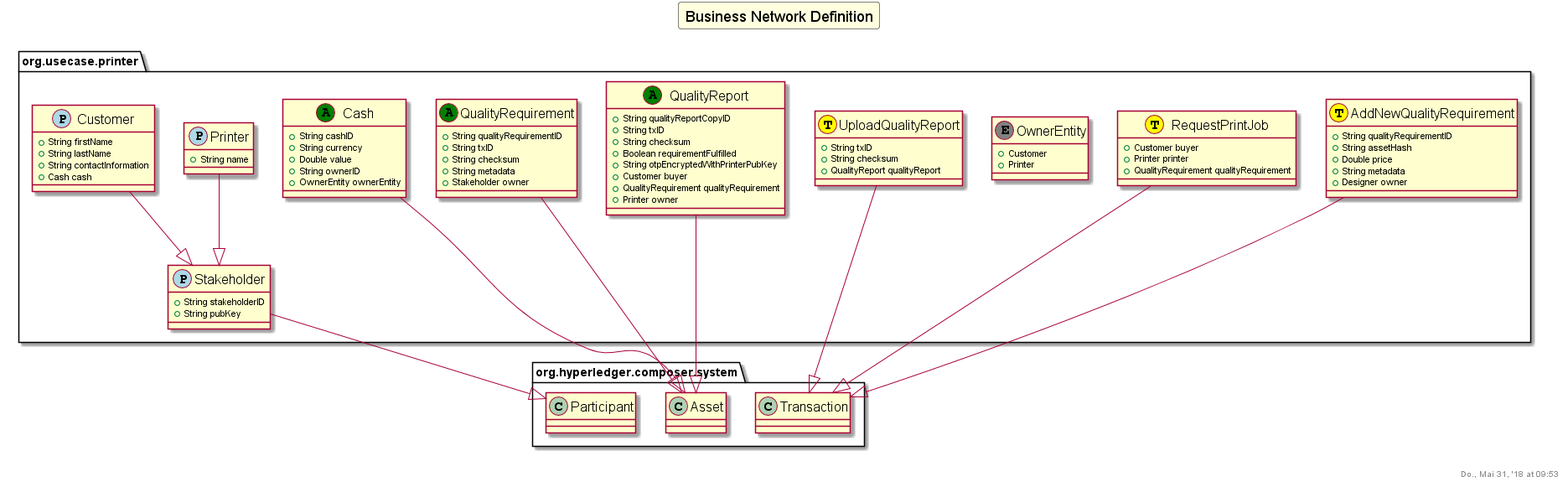
This is docs/Business-Network-Definition.png from HaaLeo/digital-manufacturing-platform, a PlantUML export, as it was before one commit. Its diagram source:
```plantuml
@startuml composer
skinparam class {
  Font {
    Color Black
    Style Plain
    Size 16
  }
}
skinparam title {
  BackgroundColor LightYellow
  BorderThickness 0.5
  BorderRoundCorner 6
  FontColor Black
  FontSize 18
}
title
Business Network Definition
end title
class org.usecase.printer.Stakeholder << (P,lightblue) >> {
   + String stakeholderID
   + String pubKey
}
org.usecase.printer.Stakeholder --|> org.hyperledger.composer.system.Participant
class org.usecase.printer.Customer << (P,lightblue) >> {
   + String firstName
   + String lastName
   + String contactInformation
   + Cash cash
}
org.usecase.printer.Customer --|> org.usecase.printer.Stakeholder
class org.usecase.printer.Printer << (P,lightblue) >> {
   + String name
}
org.usecase.printer.Printer --|> org.usecase.printer.Stakeholder
class org.usecase.printer.OwnerEntity << (E,grey) >> {
   + Customer
   + Printer
}
class org.usecase.printer.Cash << (A,green) >> {
   + String cashID
   + String currency
   + Double value
   + String ownerID
   + OwnerEntity ownerEntity
}
org.usecase.printer.Cash --|> org.hyperledger.composer.system.Asset
class org.usecase.printer.QualityRequirement << (A,green) >> {
   + String qualityRequirementID
   + String txID
   + String checksum
   + String metadata
   + Stakeholder owner
}
org.usecase.printer.QualityRequirement --|> org.hyperledger.composer.system.Asset
class org.usecase.printer.QualityReport << (A,green) >> {
   + String qualityReportCopyID
   + String txID
   + String checksum
   + Boolean requirementFulfilled
   + String otpEncryptedWithPrinterPubKey
   + Customer buyer
   + QualityRequirement qualityRequirement
   + Printer owner
}
org.usecase.printer.QualityReport --|> org.hyperledger.composer.system.Asset
class org.usecase.printer.UploadQualityReport << (T,yellow) >> {
   + String txID
   + String checksum
   + QualityReport qualityReport
}
org.usecase.printer.UploadQualityReport --|> org.hyperledger.composer.system.Transaction
class org.usecase.printer.RequestPrintJob << (T,yellow) >> {
   + Customer buyer
   + Printer printer
   + QualityRequirement qualityRequirement
}
org.usecase.printer.RequestPrintJob --|> org.hyperledger.composer.system.Transaction
class org.usecase.printer.AddNewQualityRequirement << (T,yellow) >> {
   + String qualityRequirementID
   + String assetHash
   + Double price
   + String metadata
   + Designer owner
}
org.usecase.printer.AddNewQualityRequirement --|> org.hyperledger.composer.system.Transaction
right footer Do., Mai 31, '18 at 09:53
@enduml
```
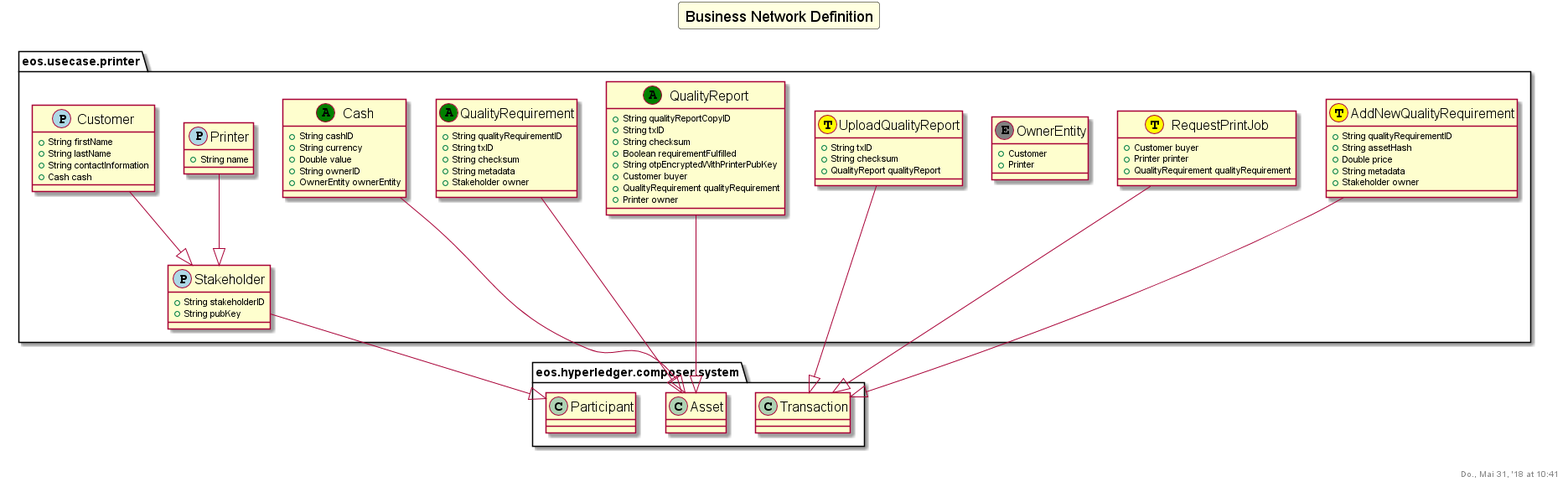
After the commit.

Change to the diagram source:
```diff
@@ -16,43 +16,43 @@
 title
 Business Network Definition
 end title
-class org.usecase.printer.Stakeholder << (P,lightblue) >> {
+class eos.usecase.printer.Stakeholder << (P,lightblue) >> {
    + String stakeholderID
    + String pubKey
 }
-org.usecase.printer.Stakeholder --|> org.hyperledger.composer.system.Participant
-class org.usecase.printer.Customer << (P,lightblue) >> {
+eos.usecase.printer.Stakeholder --|> eos.hyperledger.composer.system.Participant
+class eos.usecase.printer.Customer << (P,lightblue) >> {
    + String firstName
    + String lastName
    + String contactInformation
    + Cash cash
 }
-org.usecase.printer.Customer --|> org.usecase.printer.Stakeholder
-class org.usecase.printer.Printer << (P,lightblue) >> {
+eos.usecase.printer.Customer --|> eos.usecase.printer.Stakeholder
+class eos.usecase.printer.Printer << (P,lightblue) >> {
    + String name
 }
-org.usecase.printer.Printer --|> org.usecase.printer.Stakeholder
-class org.usecase.printer.OwnerEntity << (E,grey) >> {
+eos.usecase.printer.Printer --|> eos.usecase.printer.Stakeholder
+class eos.usecase.printer.OwnerEntity << (E,grey) >> {
    + Customer
    + Printer
 }
-class org.usecase.printer.Cash << (A,green) >> {
+class eos.usecase.printer.Cash << (A,green) >> {
    + String cashID
    + String currency
    + Double value
    + String ownerID
    + OwnerEntity ownerEntity
 }
-org.usecase.printer.Cash --|> org.hyperledger.composer.system.Asset
-class org.usecase.printer.QualityRequirement << (A,green) >> {
+eos.usecase.printer.Cash --|> eos.hyperledger.composer.system.Asset
+class eos.usecase.printer.QualityRequirement << (A,green) >> {
    + String qualityRequirementID
    + String txID
    + String checksum
    + String metadata
    + Stakeholder owner
 }
-org.usecase.printer.QualityRequirement --|> org.hyperledger.composer.system.Asset
-class org.usecase.printer.QualityReport << (A,green) >> {
+eos.usecase.printer.QualityRequirement --|> eos.hyperledger.composer.system.Asset
+class eos.usecase.printer.QualityReport << (A,green) >> {
    + String qualityReportCopyID
    + String txID
    + String checksum
@@ -62,26 +62,26 @@
    + QualityRequirement qualityRequirement
    + Printer owner
 }
-org.usecase.printer.QualityReport --|> org.hyperledger.composer.system.Asset
-class org.usecase.printer.UploadQualityReport << (T,yellow) >> {
+eos.usecase.printer.QualityReport --|> eos.hyperledger.composer.system.Asset
+class eos.usecase.printer.UploadQualityReport << (T,yellow) >> {
    + String txID
    + String checksum
    + QualityReport qualityReport
 }
-org.usecase.printer.UploadQualityReport --|> org.hyperledger.composer.system.Transaction
-class org.usecase.printer.RequestPrintJob << (T,yellow) >> {
+eos.usecase.printer.UploadQualityReport --|> eos.hyperledger.composer.system.Transaction
+class eos.usecase.printer.RequestPrintJob << (T,yellow) >> {
    + Customer buyer
    + Printer printer
    + QualityRequirement qualityRequirement
 }
-org.usecase.printer.RequestPrintJob --|> org.hyperledger.composer.system.Transaction
-class org.usecase.printer.AddNewQualityRequirement << (T,yellow) >> {
+eos.usecase.printer.RequestPrintJob --|> eos.hyperledger.composer.system.Transaction
+class eos.usecase.printer.AddNewQualityRequirement << (T,yellow) >> {
    + String qualityRequirementID
    + String assetHash
    + Double price
    + String metadata
-   + Designer owner
+   + Stakeholder owner
 }
-org.usecase.printer.AddNewQualityRequirement --|> org.hyperledger.composer.system.Transaction
-right footer Do., Mai 31, '18 at 09:53
+eos.usecase.printer.AddNewQualityRequirement --|> eos.hyperledger.composer.system.Transaction
+right footer Do., Mai 31, '18 at 10:41
 @enduml
```
